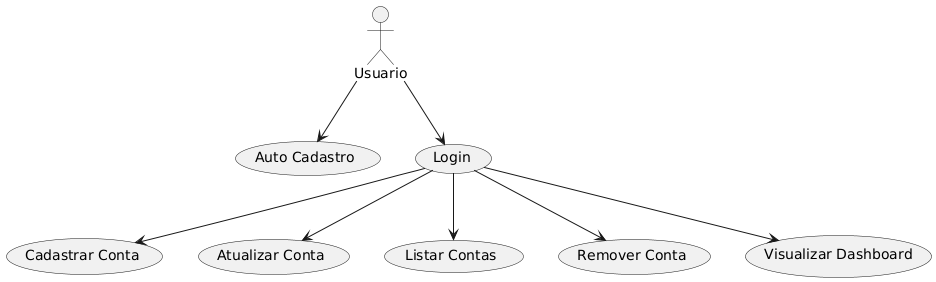
This is assets/use-case-diagram.png from gabrielly-freire/lp2-finances, a PlantUML export, as it was before one commit. Source of this version:
```plantuml
@startuml
actor Usuario

usecase "Auto Cadastro" as UC_AutoCadastro
usecase "Login" as UC_Login
usecase "Cadastrar Conta" as UC_CadastrarConta
usecase "Atualizar Conta" as UC_AtualizarConta
usecase "Listar Contas" as UC_ListarContas
usecase "Remover Conta" as UC_RemoverConta
usecase "Visualizar Dashboard" as UC_VisualizarDashboard

Usuario --> UC_AutoCadastro
Usuario --> UC_Login
UC_Login --> UC_CadastrarConta
UC_Login --> UC_AtualizarConta
UC_Login --> UC_ListarContas
UC_Login --> UC_RemoverConta
UC_Login --> UC_VisualizarDashboard
@enduml
```
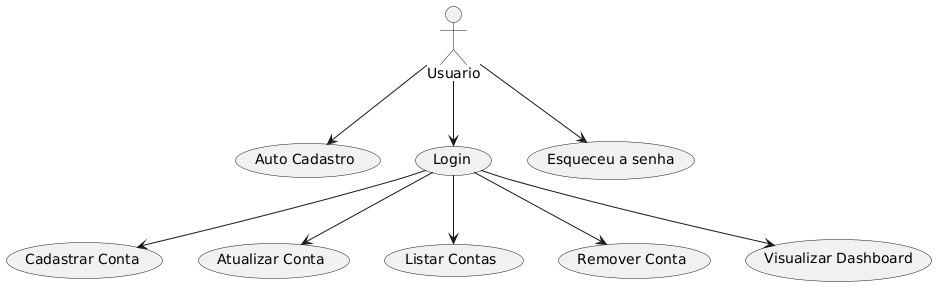
Above is the later version.

Commit message:
docs: atualização dos diagramas

Diff of the diagram source:
```diff
@@ -3,6 +3,7 @@
 
 usecase "Auto Cadastro" as UC_AutoCadastro
 usecase "Login" as UC_Login
+usecase "Esqueceu a senha" as UC_EsqueceuSenha
 usecase "Cadastrar Conta" as UC_CadastrarConta
 usecase "Atualizar Conta" as UC_AtualizarConta
 usecase "Listar Contas" as UC_ListarContas
@@ -11,6 +12,7 @@
 
 Usuario --> UC_AutoCadastro
 Usuario --> UC_Login
+Usuario --> UC_EsqueceuSenha
 UC_Login --> UC_CadastrarConta
 UC_Login --> UC_AtualizarConta
 UC_Login --> UC_ListarContas
```
